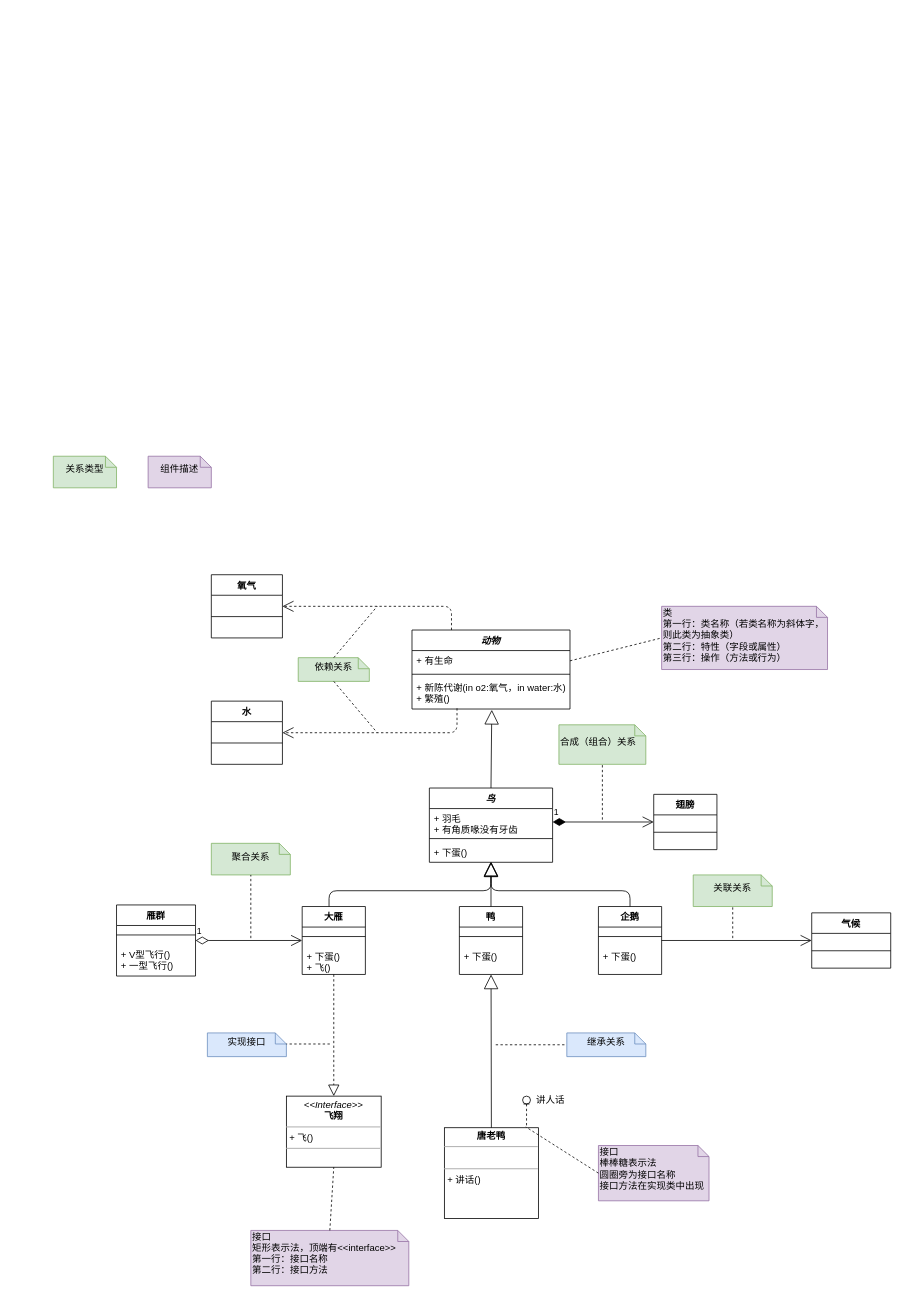
The draw.io diagram UML类图图示样例.drawio in HysenChan/DrawDiagram, before the edit. Source tidied: cells renumbered, new cells numbered last; positions are measured from the earlier drawing's top-left corner, leaving out a move shared by most shapes. Both pictures are drawn from the tidied source at 79%, with x=0, y=0 at pixel (53, 456).
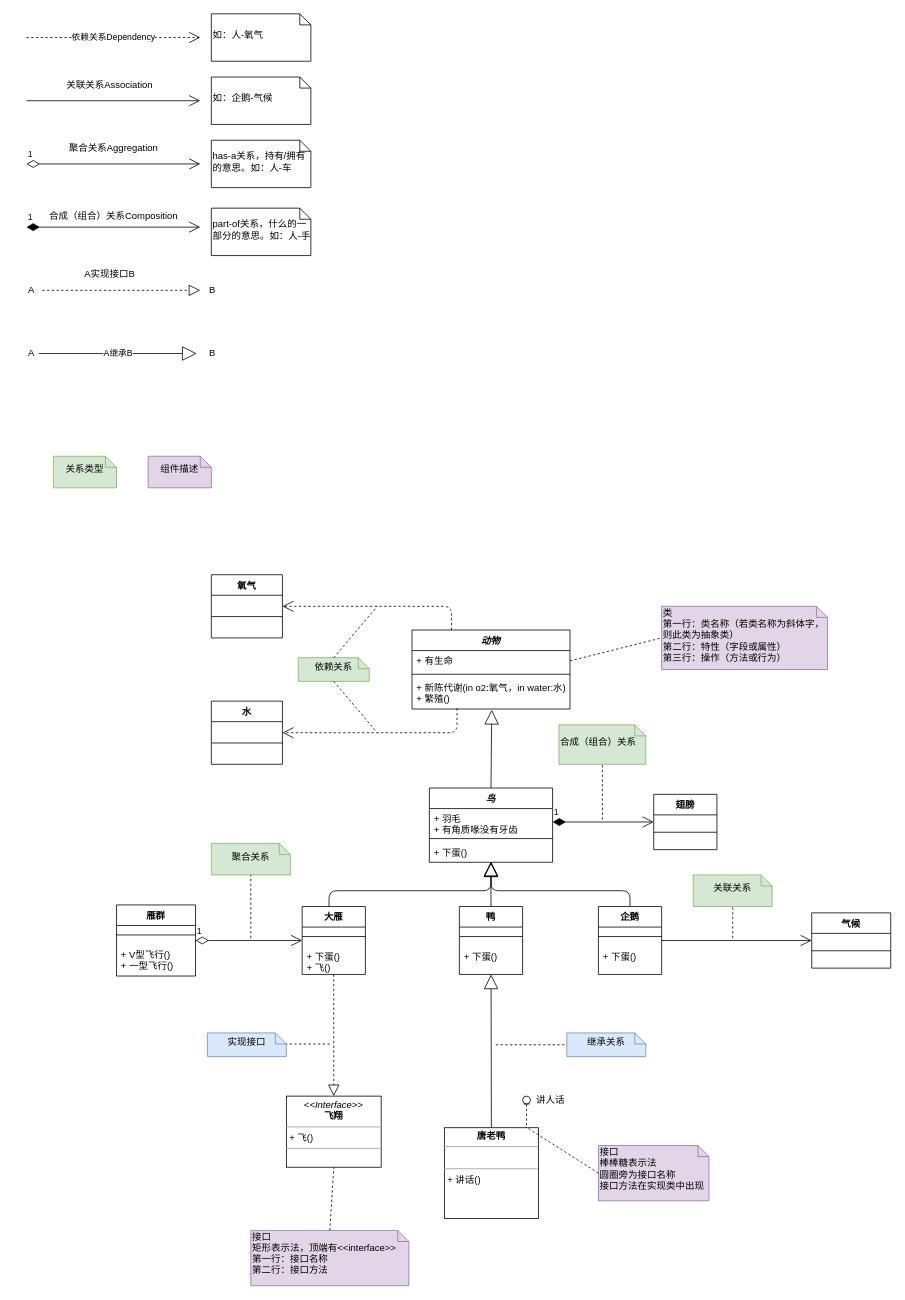
The same page after the edit.

Commit message:
更新UML类图图示样例.drawio

What changed in the source:
```diff
@@
+    <mxCell id="66" value="依赖关系Dependency" style="endArrow=open;endSize=12;dashed=1;html=1;" parent="1" edge="1">
+      <mxGeometry relative="1" as="geometry">
+        <mxPoint x="-34" y="-530" as="sourcePoint" />
+        <mxPoint x="186" y="-530" as="targetPoint" />
+      </mxGeometry>
+    </mxCell>
+    <mxCell id="67" style="endArrow=open;endFill=1;endSize=12;html=1;" parent="1" edge="1">
+      <mxGeometry relative="1" as="geometry">
+        <mxPoint x="-34" y="-450" as="sourcePoint" />
+        <mxPoint x="186" y="-450" as="targetPoint" />
+      </mxGeometry>
+    </mxCell>
+    <mxCell id="68" value="关联关系Association" style="text;html=1;align=center;verticalAlign=middle;" parent="1" vertex="1">
+      <mxGeometry x="11" y="-480" width="120" height="20" as="geometry" />
+    </mxCell>
+    <mxCell id="69" value="1" style="endArrow=open;html=1;endSize=12;startArrow=diamondThin;startSize=14;startFill=0;edgeStyle=orthogonalEdgeStyle;align=left;verticalAlign=bottom;" parent="1" edge="1">
+      <mxGeometry x="-1" y="3" relative="1" as="geometry">
+        <mxPoint x="-34" y="-370" as="sourcePoint" />
+        <mxPoint x="186" y="-370" as="targetPoint" />
+      </mxGeometry>
+    </mxCell>
+    <mxCell id="70" value="聚合关系Aggregation" style="text;html=1;align=center;verticalAlign=middle;" parent="1" vertex="1">
+      <mxGeometry x="11" y="-400" width="130" height="20" as="geometry" />
+    </mxCell>
+    <mxCell id="71" value="1" style="endArrow=open;html=1;endSize=12;startArrow=diamondThin;startSize=14;startFill=1;edgeStyle=orthogonalEdgeStyle;align=left;verticalAlign=bottom;" parent="1" edge="1">
+      <mxGeometry x="-1" y="3" relative="1" as="geometry">
+        <mxPoint x="-34" y="-290" as="sourcePoint" />
+        <mxPoint x="186" y="-290" as="targetPoint" />
+      </mxGeometry>
+    </mxCell>
+    <mxCell id="72" value="合成（组合）关系Composition" style="text;html=1;align=center;verticalAlign=middle;" parent="1" vertex="1">
+      <mxGeometry x="-14" y="-314" width="180" height="20" as="geometry" />
+    </mxCell>
+    <mxCell id="73" value="A继承B" style="endArrow=block;endSize=16;endFill=0;html=1;" parent="1" edge="1">
+      <mxGeometry relative="1" as="geometry">
+        <mxPoint x="-18.5" y="-130" as="sourcePoint" />
+        <mxPoint x="181.5" y="-130" as="targetPoint" />
+      </mxGeometry>
+    </mxCell>
+    <mxCell id="74" value="A" style="text;html=1;align=center;verticalAlign=middle;" parent="1" vertex="1">
+      <mxGeometry x="-38.5" y="-140" width="20" height="20" as="geometry" />
+    </mxCell>
+    <mxCell id="75" value="B" style="text;html=1;align=center;verticalAlign=middle;" parent="1" vertex="1">
+      <mxGeometry x="190.5" y="-140" width="20" height="20" as="geometry" />
+    </mxCell>
+    <mxCell id="76" style="endArrow=block;dashed=1;endFill=0;endSize=12;html=1;" parent="1" edge="1">
+      <mxGeometry relative="1" as="geometry">
+        <mxPoint x="-14" y="-210" as="sourcePoint" />
+        <mxPoint x="186" y="-210" as="targetPoint" />
+      </mxGeometry>
+    </mxCell>
+    <mxCell id="77" value="A实现接口B" style="text;html=1;align=center;verticalAlign=middle;" parent="1" vertex="1">
+      <mxGeometry x="31" y="-240" width="80" height="20" as="geometry" />
+    </mxCell>
+    <mxCell id="78" value="A" style="text;html=1;align=center;verticalAlign=middle;" parent="1" vertex="1">
+      <mxGeometry x="-38.5" y="-220" width="20" height="20" as="geometry" />
+    </mxCell>
+    <mxCell id="79" value="B" style="text;html=1;align=center;verticalAlign=middle;" parent="1" vertex="1">
+      <mxGeometry x="190.5" y="-220" width="20" height="20" as="geometry" />
+    </mxCell>
+    <mxCell id="80" value="has-a关系，持有/拥有的意思。如：人-车" style="shape=note;whiteSpace=wrap;html=1;size=14;verticalAlign=middle;align=left;spacingTop=-6;" parent="1" vertex="1">
+      <mxGeometry x="200" y="-400" width="126" height="60" as="geometry" />
+    </mxCell>
+    <mxCell id="81" value="part-of关系，什么的一部分的意思。如：人-手" style="shape=note;whiteSpace=wrap;html=1;size=14;verticalAlign=middle;align=left;spacingTop=-6;" parent="1" vertex="1">
+      <mxGeometry x="200" y="-314" width="126" height="60" as="geometry" />
+    </mxCell>
+    <mxCell id="82" value="如：人-氧气" style="shape=note;whiteSpace=wrap;html=1;size=14;verticalAlign=middle;align=left;spacingTop=-6;" parent="1" vertex="1">
+      <mxGeometry x="200" y="-560" width="126" height="60" as="geometry" />
+    </mxCell>
+    <mxCell id="83" value="如：企鹅-气候" style="shape=note;whiteSpace=wrap;html=1;size=14;verticalAlign=middle;align=left;spacingTop=-6;" parent="1" vertex="1">
+      <mxGeometry x="200" y="-480" width="126" height="60" as="geometry" />
+    </mxCell>
```
